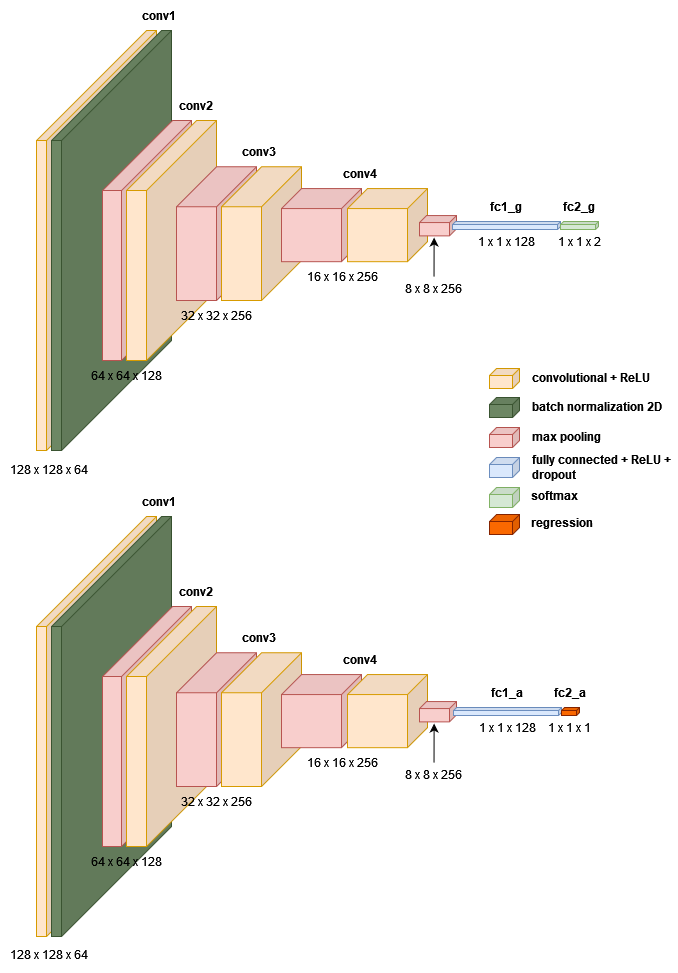
Before: Latex/images/single_cnn.png, a diagram exported from draw.io (plspeziali/AgeGender-CNN). Source tidied: cells renumbered, new cells last; positions are measured from the earlier drawing's top-left corner, leaving out a move shared by most shapes.
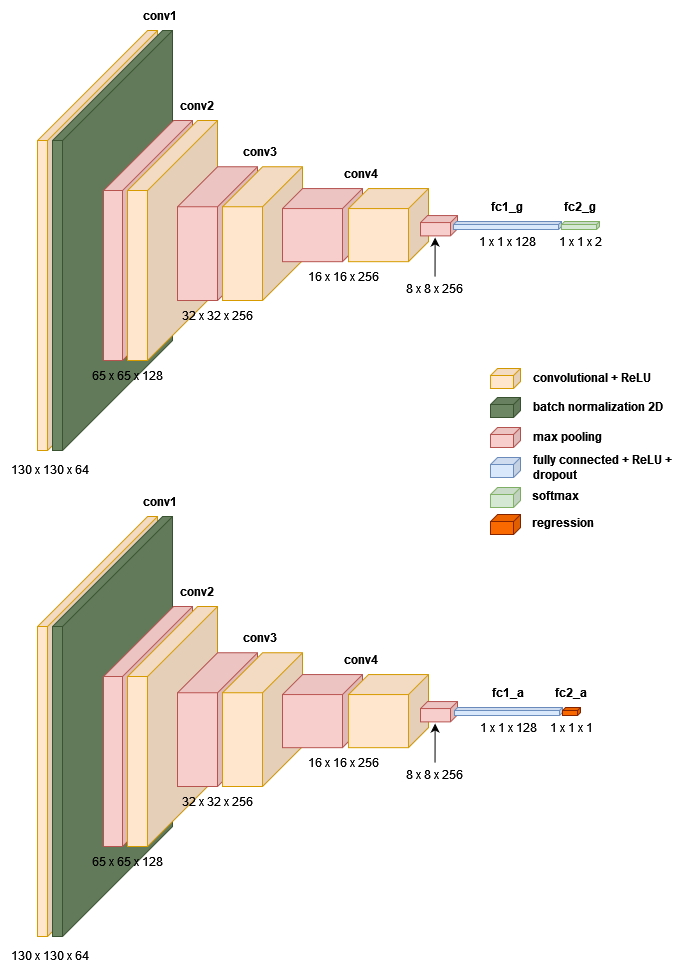
Later version of the same file.

What changed in the source:
```diff
@@ -8,7 +8,7 @@
     <mxCell id="3" value="&lt;b&gt;conv1&lt;/b&gt;" style="text;html=1;strokeColor=none;fillColor=none;align=center;verticalAlign=middle;whiteSpace=wrap;rounded=0;" parent="1" vertex="1">
       <mxGeometry x="140" width="40" height="30" as="geometry" />
     </mxCell>
-    <mxCell id="4" value="128 x 128 x 64" style="text;html=1;strokeColor=none;fillColor=none;align=center;verticalAlign=middle;whiteSpace=wrap;rounded=0;" parent="1" vertex="1">
+    <mxCell id="4" value="130 x 130 x 64" style="text;html=1;strokeColor=none;fillColor=none;align=center;verticalAlign=middle;whiteSpace=wrap;rounded=0;" parent="1" vertex="1">
       <mxGeometry y="450" width="99" height="37" as="geometry" />
     </mxCell>
     <mxCell id="5" style="shape=cube;whiteSpace=wrap;html=1;boundedLbl=1;backgroundOutline=1;darkOpacity=0.05;darkOpacity2=0.1;size=110;direction=east;flipH=1;fillColor=#6d8764;strokeColor=#3A5431;fontColor=#ffffff;" parent="1" vertex="1">
@@ -50,7 +50,7 @@
     <mxCell id="17" value="&lt;b&gt;conv4&lt;/b&gt;" style="text;html=1;strokeColor=none;fillColor=none;align=center;verticalAlign=middle;whiteSpace=wrap;rounded=0;" parent="1" vertex="1">
       <mxGeometry x="341" y="158" width="40" height="30" as="geometry" />
     </mxCell>
-    <mxCell id="18" value="64 x 64 x 128" style="text;html=1;strokeColor=none;fillColor=none;align=center;verticalAlign=middle;whiteSpace=wrap;rounded=0;" parent="1" vertex="1">
+    <mxCell id="18" value="65 x 65 x 128" style="text;html=1;strokeColor=none;fillColor=none;align=center;verticalAlign=middle;whiteSpace=wrap;rounded=0;" parent="1" vertex="1">
       <mxGeometry x="78" y="360" width="99" height="30" as="geometry" />
     </mxCell>
     <mxCell id="19" value="32 x 32 x 256" style="text;html=1;strokeColor=none;fillColor=none;align=center;verticalAlign=middle;whiteSpace=wrap;rounded=0;" parent="1" vertex="1">
@@ -101,7 +101,7 @@
     <mxCell id="34" value="&lt;b&gt;conv1&lt;/b&gt;" style="text;html=1;strokeColor=none;fillColor=none;align=center;verticalAlign=middle;whiteSpace=wrap;rounded=0;" parent="1" vertex="1">
       <mxGeometry x="140" y="486" width="40" height="30" as="geometry" />
     </mxCell>
-    <mxCell id="35" value="128 x 128 x 64" style="text;html=1;strokeColor=none;fillColor=none;align=center;verticalAlign=middle;whiteSpace=wrap;rounded=0;" parent="1" vertex="1">
+    <mxCell id="35" value="&lt;div&gt;130 x 130 x 64&lt;/div&gt;" style="text;html=1;strokeColor=none;fillColor=none;align=center;verticalAlign=middle;whiteSpace=wrap;rounded=0;" parent="1" vertex="1">
       <mxGeometry y="936" width="99" height="37" as="geometry" />
     </mxCell>
     <mxCell id="36" style="shape=cube;whiteSpace=wrap;html=1;boundedLbl=1;backgroundOutline=1;darkOpacity=0.05;darkOpacity2=0.1;size=110;direction=east;flipH=1;fillColor=#6d8764;strokeColor=#3A5431;fontColor=#ffffff;" parent="1" vertex="1">
@@ -131,7 +131,7 @@
     <mxCell id="44" value="&lt;b&gt;conv4&lt;/b&gt;" style="text;html=1;strokeColor=none;fillColor=none;align=center;verticalAlign=middle;whiteSpace=wrap;rounded=0;" parent="1" vertex="1">
       <mxGeometry x="341" y="644" width="40" height="30" as="geometry" />
     </mxCell>
-    <mxCell id="45" value="64 x 64 x 128" style="text;html=1;strokeColor=none;fillColor=none;align=center;verticalAlign=middle;whiteSpace=wrap;rounded=0;" parent="1" vertex="1">
+    <mxCell id="45" value="65 x 65 x 128" style="text;html=1;strokeColor=none;fillColor=none;align=center;verticalAlign=middle;whiteSpace=wrap;rounded=0;" parent="1" vertex="1">
       <mxGeometry x="78" y="846" width="99" height="30" as="geometry" />
     </mxCell>
     <mxCell id="46" value="32 x 32 x 256" style="text;html=1;strokeColor=none;fillColor=none;align=center;verticalAlign=middle;whiteSpace=wrap;rounded=0;" parent="1" vertex="1">
```
